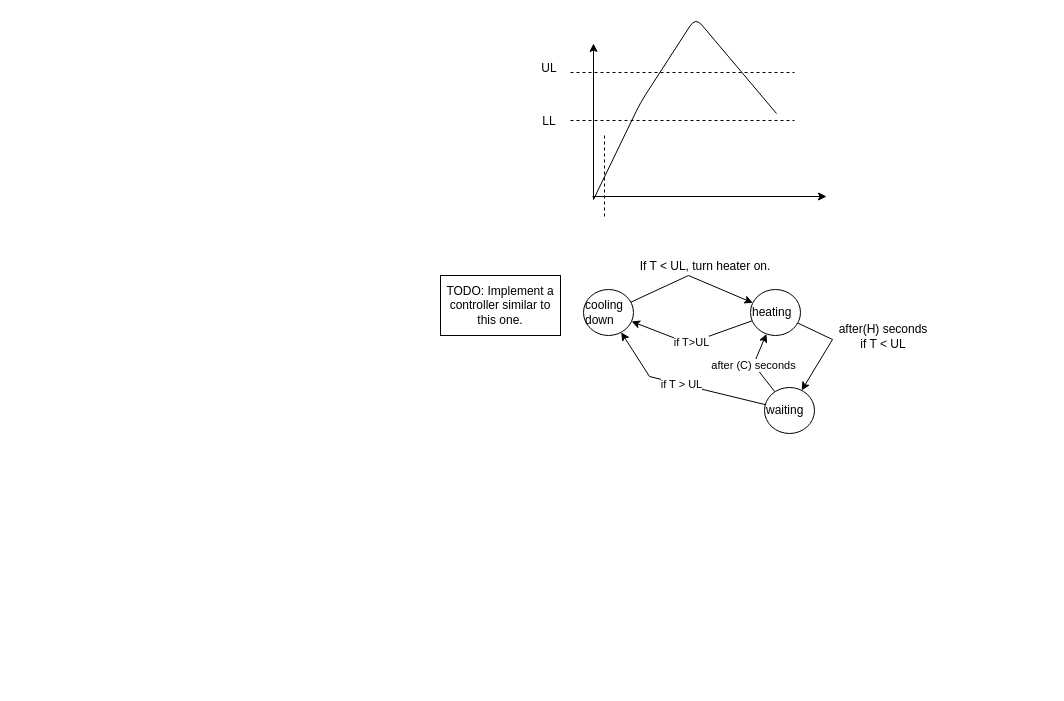
INTO-CPS-Association/example_digital-twin_incubator keeps this draw.io diagram as notes/meetings/20-11-2020 Hao Synch Incubator.drawio. Above is the earlier version. Source tidied: cells renumbered, new cells numbered last; positions are measured from the earlier drawing's top-left corner, leaving out a move shared by most shapes. Both pictures are drawn from the tidied source at 100%, with x=0, y=0 at pixel (440, 17).
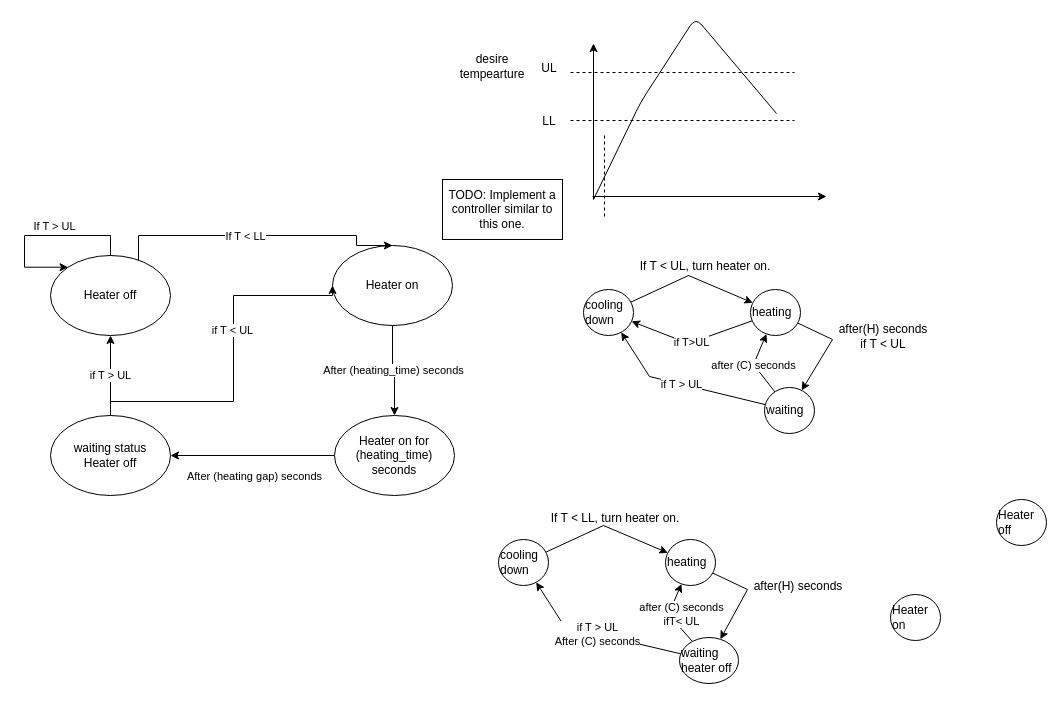
The same diagram, later.

What changed in the source:
```diff
@@
     <mxCell id="20" value="TODO: Implement a controller similar to this one." style="rounded=0;whiteSpace=wrap;html=1;align=center;" parent="1" vertex="1">
-      <mxGeometry y="258" width="120" height="60" as="geometry" />
+      <mxGeometry x="2" y="162" width="120" height="60" as="geometry" />
     </mxCell>
+    <mxCell id="21" value="&lt;br&gt;If T &amp;lt; LL, turn heater on." style="text;html=1;strokeColor=none;fillColor=none;align=center;verticalAlign=middle;whiteSpace=wrap;rounded=0;" parent="1" vertex="1">
+      <mxGeometry x="75" y="480" width="200" height="26" as="geometry" />
+    </mxCell>
+    <mxCell id="22" style="rounded=0;jettySize=auto;html=1;" parent="1" edge="1" source="23" target="25">
+      <mxGeometry relative="1" as="geometry">
+        <Array as="points">
+          <mxPoint x="163" y="508" />
+        </Array>
+      </mxGeometry>
+    </mxCell>
+    <mxCell id="23" value="cooling down" style="ellipse;whiteSpace=wrap;html=1;align=left;" parent="1" vertex="1">
+      <mxGeometry x="58" y="522" width="50" height="46" as="geometry" />
+    </mxCell>
+    <mxCell id="24" style="edgeStyle=none;rounded=0;jettySize=auto;html=1;" parent="1" edge="1" source="25" target="29">
+      <mxGeometry relative="1" as="geometry">
+        <Array as="points">
+          <mxPoint x="307" y="572" />
+        </Array>
+      </mxGeometry>
+    </mxCell>
+    <mxCell id="25" value="heating" style="ellipse;whiteSpace=wrap;html=1;align=left;" parent="1" vertex="1">
+      <mxGeometry x="225" y="522" width="50" height="46" as="geometry" />
+    </mxCell>
+    <mxCell id="26" value="after(H) seconds" style="text;html=1;strokeColor=none;fillColor=none;align=center;verticalAlign=middle;whiteSpace=wrap;rounded=0;" parent="1" vertex="1">
+      <mxGeometry x="310" y="550" width="96" height="37" as="geometry" />
+    </mxCell>
+    <mxCell id="27" value="if T &amp;gt; UL&lt;br&gt;After (C) seconds" style="edgeStyle=none;rounded=0;jettySize=auto;html=1;" parent="1" edge="1" source="29" target="23">
+      <mxGeometry relative="1" as="geometry">
+        <Array as="points">
+          <mxPoint x="124" y="609" />
+        </Array>
+      </mxGeometry>
+    </mxCell>
+    <mxCell id="28" value="after (C) seconds&lt;br&gt;ifT&amp;lt; UL" style="edgeStyle=none;rounded=0;jettySize=auto;html=1;" parent="1" edge="1" source="29" target="25">
+      <mxGeometry x="-0.21" y="-10" relative="1" as="geometry">
+        <Array as="points">
+          <mxPoint x="228" y="597" />
+        </Array>
+      </mxGeometry>
+    </mxCell>
+    <mxCell id="29" value="waiting&lt;br&gt;heater off" style="ellipse;whiteSpace=wrap;html=1;align=left;" parent="1" vertex="1">
+      <mxGeometry x="239" y="620" width="59" height="46" as="geometry" />
+    </mxCell>
+    <mxCell id="30" value="Heater on" style="ellipse;whiteSpace=wrap;html=1;align=left;" parent="1" vertex="1">
+      <mxGeometry x="450" y="577" width="50" height="46" as="geometry" />
+    </mxCell>
+    <mxCell id="31" value="Heater off" style="ellipse;whiteSpace=wrap;html=1;align=left;" parent="1" vertex="1">
+      <mxGeometry x="556" y="482" width="50" height="46" as="geometry" />
+    </mxCell>
+    <mxCell id="32" value="After (heating_time) seconds" style="edgeStyle=orthogonalEdgeStyle;rounded=0;jettySize=auto;html=1;" parent="1" edge="1" source="33" target="39">
+      <mxGeometry relative="1" as="geometry" />
+    </mxCell>
+    <mxCell id="33" value="Heater on" style="ellipse;whiteSpace=wrap;html=1;" parent="1" vertex="1">
+      <mxGeometry x="-108" y="228" width="120" height="80" as="geometry" />
+    </mxCell>
+    <mxCell id="34" style="edgeStyle=orthogonalEdgeStyle;rounded=0;jettySize=auto;html=1;entryX=0.5;entryY=0;entryDx=0;entryDy=0;" parent="1" edge="1" source="36" target="33">
+      <mxGeometry relative="1" as="geometry">
+        <Array as="points">
+          <mxPoint x="-302" y="218" />
+          <mxPoint x="-84" y="218" />
+        </Array>
+      </mxGeometry>
+    </mxCell>
+    <mxCell id="35" value="If T &amp;lt; LL" style="edgeLabel;html=1;align=center;verticalAlign=middle;" parent="34" vertex="1">
+      <mxGeometry x="-0.09" relative="1" as="geometry" />
+    </mxCell>
+    <mxCell id="36" value="Heater off" style="ellipse;whiteSpace=wrap;html=1;" parent="1" vertex="1">
+      <mxGeometry x="-390" y="238" width="120" height="80" as="geometry" />
+    </mxCell>
+    <mxCell id="37" style="edgeStyle=orthogonalEdgeStyle;rounded=0;jettySize=auto;html=1;" parent="1" edge="1" source="39" target="43">
+      <mxGeometry relative="1" as="geometry" />
+    </mxCell>
+    <mxCell id="38" value="After (heating gap) seconds" style="edgeLabel;html=1;align=center;verticalAlign=middle;" parent="37" vertex="1">
+      <mxGeometry x="-0.22" y="2" relative="1" as="geometry">
+        <mxPoint x="-16.9" y="18" as="offset" />
+      </mxGeometry>
+    </mxCell>
+    <mxCell id="39" value="Heater on for (heating_time) seconds" style="ellipse;whiteSpace=wrap;html=1;" parent="1" vertex="1">
+      <mxGeometry x="-106" y="398" width="120" height="80" as="geometry" />
+    </mxCell>
+    <mxCell id="40" value="if T &amp;gt; UL" style="edgeStyle=orthogonalEdgeStyle;rounded=0;jettySize=auto;html=1;" parent="1" edge="1" source="43" target="36">
+      <mxGeometry relative="1" as="geometry" />
+    </mxCell>
+    <mxCell id="41" style="edgeStyle=orthogonalEdgeStyle;rounded=0;jettySize=auto;html=1;entryX=0;entryY=0.5;entryDx=0;entryDy=0;" parent="1" edge="1" source="43" target="33">
+      <mxGeometry relative="1" as="geometry">
+        <Array as="points">
+          <mxPoint x="-330" y="384" />
+          <mxPoint x="-207" y="384" />
+          <mxPoint x="-207" y="278" />
+        </Array>
+      </mxGeometry>
+    </mxCell>
+    <mxCell id="42" value="if T &amp;lt; UL" style="edgeLabel;html=1;align=center;verticalAlign=middle;" parent="41" vertex="1">
+      <mxGeometry x="0.19" y="2" relative="1" as="geometry" />
+    </mxCell>
+    <mxCell id="43" value="waiting status&lt;br&gt;Heater off" style="ellipse;whiteSpace=wrap;html=1;" parent="1" vertex="1">
+      <mxGeometry x="-390" y="398" width="120" height="80" as="geometry" />
+    </mxCell>
+    <mxCell id="44" style="edgeStyle=orthogonalEdgeStyle;rounded=0;orthogonalLoop=1;jettySize=auto;html=1;entryX=0;entryY=0;entryDx=0;entryDy=0;" parent="1" edge="1" source="36" target="36">
+      <mxGeometry relative="1" as="geometry">
+        <Array as="points">
+          <mxPoint x="-330" y="218" />
+          <mxPoint x="-416" y="218" />
+          <mxPoint x="-416" y="250" />
+        </Array>
+      </mxGeometry>
+    </mxCell>
+    <mxCell id="45" value="If T &amp;gt; UL" style="edgeLabel;html=1;align=center;verticalAlign=middle;" parent="1" vertex="1">
+      <mxGeometry x="-371" y="196" as="geometry">
+        <mxPoint x="-16" y="12" as="offset" />
+      </mxGeometry>
+    </mxCell>
+    <mxCell id="46" value="desire tempearture" style="text;html=1;strokeColor=none;fillColor=none;align=center;verticalAlign=middle;whiteSpace=wrap;rounded=0;" parent="1" vertex="1">
+      <mxGeometry x="32" y="39" width="40" height="20" as="geometry" />
+    </mxCell>
```
